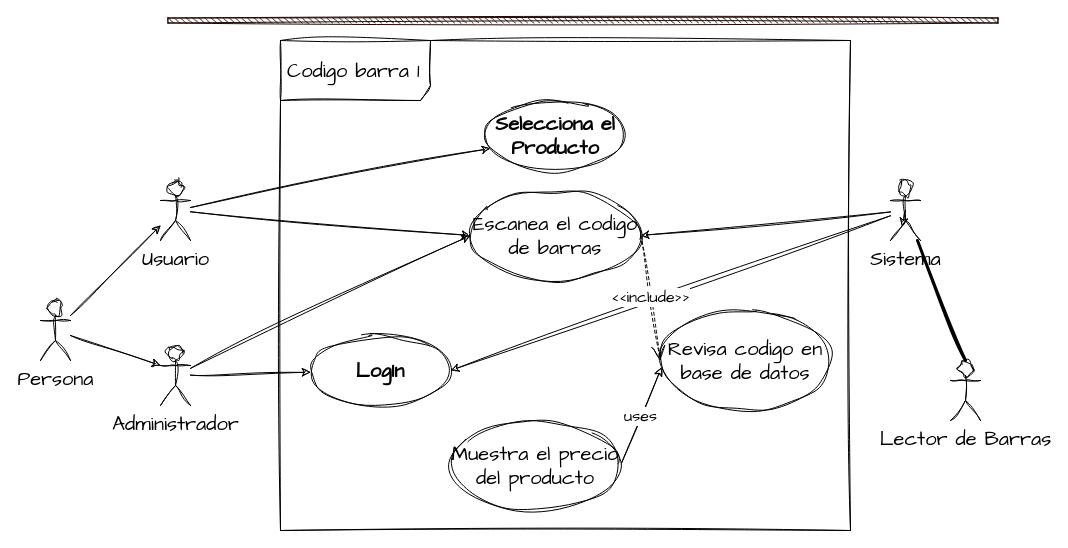
Earlier version of the draw.io diagram page "UseCaseBarCode" (1 of 2) of useCaseBarCode.dio (AlejandroChicaizaBMV/repositorioParaElProyecto). Source tidied: cells renumbered, new cells numbered last; positions are measured from the earlier drawing's top-left corner, leaving out a move shared by most shapes. Both pictures are drawn from the tidied source at 100%, with x=0, y=0 at pixel (40, -395).
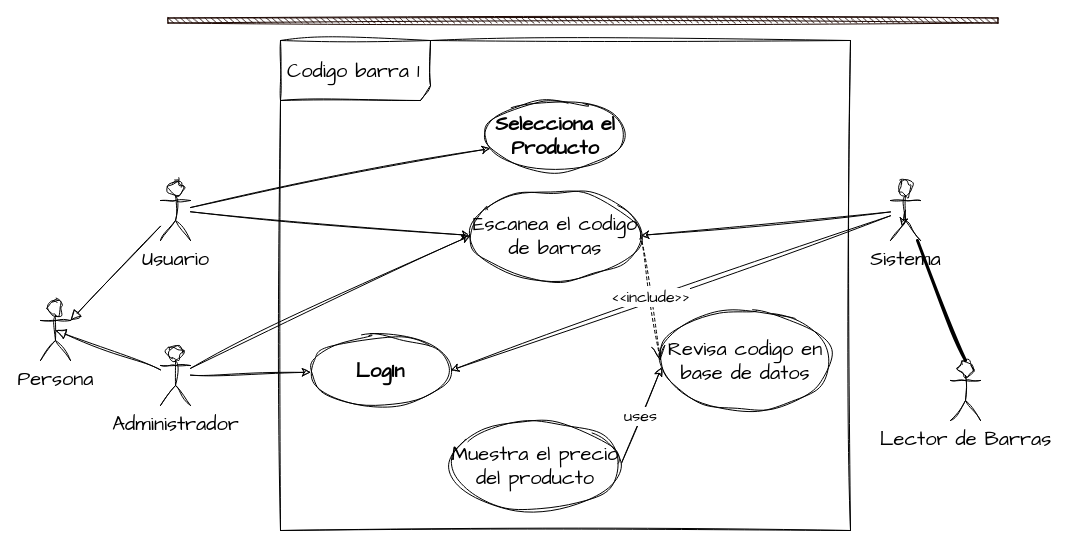
The same diagram, later.

Unchanged cells that the change refers to:
```xml
<mxCell id="9" value="Usuario" style="shape=umlActor;verticalLabelPosition=bottom;verticalAlign=top;html=1;sketch=1;hachureGap=4;jiggle=2;curveFitting=1;fontFamily=Architects Daughter;fontSize=20;" parent="1" vertex="1">
  <mxGeometry x="120" y="575" width="30" height="60" as="geometry" />
</mxCell>
<mxCell id="20" value="Administrador" style="shape=umlActor;verticalLabelPosition=bottom;verticalAlign=top;html=1;sketch=1;hachureGap=4;jiggle=2;curveFitting=1;fontFamily=Architects Daughter;fontSize=20;" parent="1" vertex="1">
  <mxGeometry x="120" y="740" width="30" height="60" as="geometry" />
</mxCell>
<mxCell id="23" value="Persona&lt;br&gt;" style="shape=umlActor;verticalLabelPosition=bottom;verticalAlign=top;html=1;sketch=1;hachureGap=4;jiggle=2;curveFitting=1;fontFamily=Architects Daughter;fontSize=20;" parent="1" vertex="1">
  <mxGeometry y="695" width="30" height="60" as="geometry" />
</mxCell>
```

What changed in the source:
```diff
@@
-    <mxCell id="21" style="edgeStyle=none;sketch=1;hachureGap=4;jiggle=2;curveFitting=1;html=1;fontFamily=Architects Daughter;fontSize=16;" parent="1" edge="1" source="23" target="9">
-      <mxGeometry relative="1" as="geometry" />
-    </mxCell>
-    <mxCell id="22" style="edgeStyle=none;sketch=1;hachureGap=4;jiggle=2;curveFitting=1;html=1;entryX=0;entryY=0.3333333333333333;entryDx=0;entryDy=0;entryPerimeter=0;fontFamily=Architects Daughter;fontSize=16;" parent="1" edge="1" source="23" target="20">
-      <mxGeometry relative="1" as="geometry" />
-    </mxCell>
@@
+    <mxCell id="22" style="endArrow=block;html=1;rounded=0;align=center;verticalAlign=bottom;endFill=0;labelBackgroundColor=none;endSize=8;sketch=1;hachureGap=4;jiggle=2;curveFitting=1;fontFamily=Architects Daughter;fontSize=16;entryX=1;entryY=0.3333333333333333;entryDx=0;entryDy=0;entryPerimeter=0;" parent="1" edge="1" source="9" target="23">
+      <mxGeometry relative="1" as="geometry" />
+    </mxCell>
+    <mxCell id="27" style="html=1;align=center;verticalAlign=top;labelBackgroundColor=none;sketch=1;hachureGap=4;jiggle=2;curveFitting=1;fontFamily=Architects Daughter;fontSize=20;" parent="22" vertex="1">
+      <mxGeometry relative="1" as="geometry" />
+    </mxCell>
+    <mxCell id="28" style="endArrow=block;html=1;rounded=0;align=center;verticalAlign=bottom;endFill=0;labelBackgroundColor=none;endSize=8;sketch=1;hachureGap=4;jiggle=2;curveFitting=1;fontFamily=Architects Daughter;fontSize=16;entryX=0.5;entryY=0.5;entryDx=0;entryDy=0;entryPerimeter=0;" parent="1" edge="1" source="20" target="23">
+      <mxGeometry relative="1" as="geometry" />
+    </mxCell>
+    <mxCell id="29" style="html=1;align=center;verticalAlign=top;labelBackgroundColor=none;sketch=1;hachureGap=4;jiggle=2;curveFitting=1;fontFamily=Architects Daughter;fontSize=20;" parent="28" vertex="1">
+      <mxGeometry relative="1" as="geometry" />
+    </mxCell>
```
